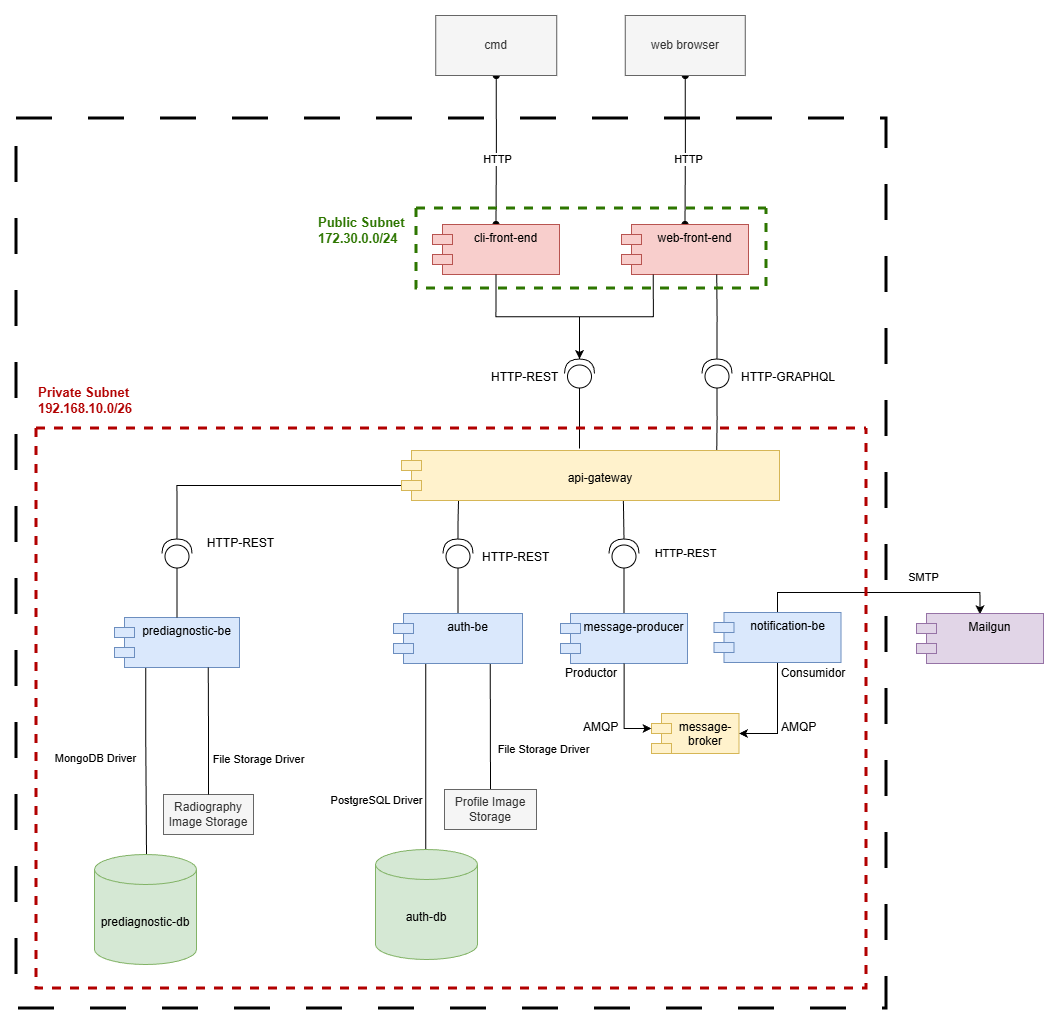
unobeswarch/PrototypesReadmes keeps this draw.io diagram as P3/images/cycview.png. Above is the earlier version. Source tidied: cells renumbered, new cells last; positions are measured from the earlier drawing's top-left corner, leaving out a move shared by most shapes.
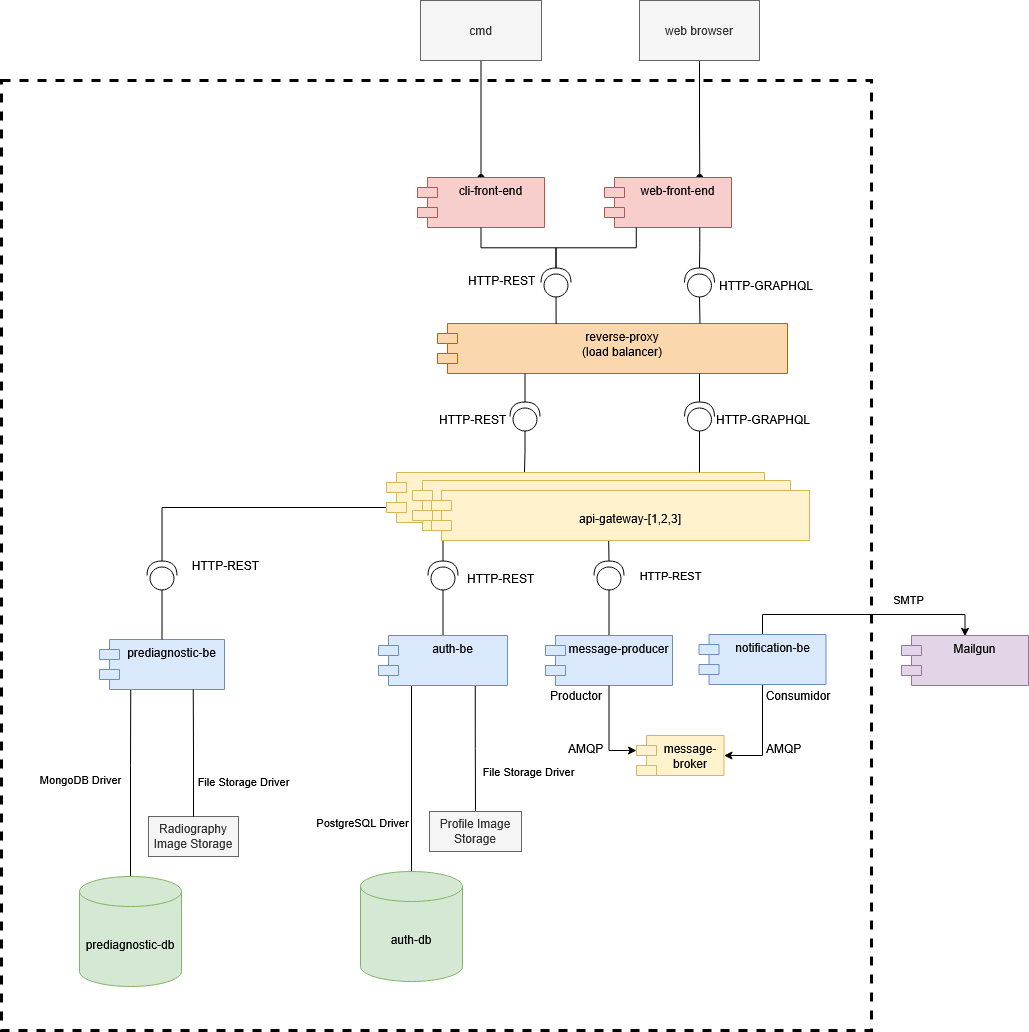
Above is the later version.

What changed in the source:
```diff
@@ -2,34 +2,15 @@
   <root>
     <mxCell id="0" />
     <mxCell id="1" parent="0" />
-    <mxCell id="2" style="rounded=0;whiteSpace=wrap;html=1;dashed=1;strokeWidth=3;dashPattern=12 12;" parent="1" vertex="1">
-      <mxGeometry y="103" width="870" height="890" as="geometry" />
+    <mxCell id="2" style="rounded=0;whiteSpace=wrap;html=1;dashed=1;strokeWidth=3;" parent="1" vertex="1">
+      <mxGeometry y="43" width="870" height="950" as="geometry" />
     </mxCell>
-    <mxCell id="3" style="edgeStyle=orthogonalEdgeStyle;rounded=0;jettySize=auto;html=1;exitX=0.5;exitY=1;exitDx=0;exitDy=0;entryX=0.5;entryY=0;entryDx=0;entryDy=0;endArrow=oval;endFill=1;startArrow=oval;startFill=1;" parent="1" edge="1" source="27" target="26">
-      <mxGeometry relative="1" as="geometry" />
-    </mxCell>
-    <mxCell id="4" value="HTTP" style="edgeLabel;html=1;align=center;verticalAlign=middle;" parent="3" vertex="1">
-      <mxGeometry x="-0.09" y="2" relative="1" as="geometry">
-        <mxPoint x="-2" y="16" as="offset" />
-      </mxGeometry>
-    </mxCell>
-    <mxCell id="5" style="edgeStyle=orthogonalEdgeStyle;rounded=0;jettySize=auto;html=1;exitX=0.5;exitY=1;exitDx=0;exitDy=0;entryX=0.5;entryY=0;entryDx=0;entryDy=0;endArrow=oval;endFill=1;startArrow=oval;startFill=1;" parent="1" edge="1" source="22" target="9">
-      <mxGeometry relative="1" as="geometry" />
-    </mxCell>
-    <mxCell id="6" value="HTTP" style="edgeLabel;html=1;align=center;verticalAlign=middle;" parent="5" vertex="1">
-      <mxGeometry x="-0.18" y="2" relative="1" as="geometry">
-        <mxPoint y="22" as="offset" />
-      </mxGeometry>
-    </mxCell>
     <mxCell id="7" style="edgeStyle=orthogonalEdgeStyle;rounded=0;jettySize=auto;html=1;exitX=0;exitY=0.5;exitDx=0;exitDy=0;exitPerimeter=0;entryX=0.5;entryY=0;entryDx=0;entryDy=0;endArrow=none;endFill=0;" parent="1" edge="1" source="8" target="49">
       <mxGeometry relative="1" as="geometry" />
     </mxCell>
     <mxCell id="8" style="shape=providedRequiredInterface;html=1;verticalLabelPosition=bottom;sketch=0;rotation=-90;fillStyle=solid;fillColor=none;strokeWidth=1;" parent="1" vertex="1">
       <mxGeometry x="593" y="523" width="29" height="30" as="geometry" />
     </mxCell>
-    <mxCell id="9" value="web-front-end" style="shape=module;align=left;spacingLeft=20;align=center;verticalAlign=top;whiteSpace=wrap;html=1;fillColor=#f8cecc;strokeColor=#b85450;" parent="1" vertex="1">
-      <mxGeometry x="605" y="209" width="127" height="50" as="geometry" />
-    </mxCell>
     <mxCell id="10" style="edgeStyle=orthogonalEdgeStyle;rounded=0;jettySize=auto;html=1;endArrow=none;endFill=0;entryX=1;entryY=0.5;entryDx=0;entryDy=0;entryPerimeter=0;exitX=0.587;exitY=0.999;exitDx=0;exitDy=0;exitPerimeter=0;" parent="1" edge="1" source="51" target="8">
       <mxGeometry relative="1" as="geometry">
         <Array as="points">
@@ -86,8 +67,11 @@
     <mxCell id="21" style="shape=providedRequiredInterface;html=1;verticalLabelPosition=bottom;sketch=0;rotation=-90;fillStyle=solid;fillColor=none;strokeWidth=1;" parent="1" vertex="1">
       <mxGeometry x="427" y="523" width="29" height="30" as="geometry" />
     </mxCell>
+    <mxCell id="5" style="edgeStyle=orthogonalEdgeStyle;rounded=0;jettySize=auto;html=1;exitX=0.5;exitY=1;exitDx=0;exitDy=0;entryX=0.75;entryY=0;entryDx=0;entryDy=0;endArrow=oval;endFill=1;" parent="1" edge="1" source="22" target="9">
+      <mxGeometry relative="1" as="geometry" />
+    </mxCell>
     <mxCell id="22" value="web browser" style="rounded=0;whiteSpace=wrap;html=1;fillColor=#f5f5f5;fontColor=#333333;strokeColor=#666666;" parent="1" vertex="1">
-      <mxGeometry x="608.8" width="120" height="60" as="geometry" />
+      <mxGeometry x="638" y="-37" width="120" height="60" as="geometry" />
     </mxCell>
     <mxCell id="23" value="Radiography Image Storage" style="rounded=0;whiteSpace=wrap;html=1;fillColor=#f5f5f5;fontColor=#333333;strokeColor=#666666;" parent="1" vertex="1">
       <mxGeometry x="147" y="779" width="90" height="40" as="geometry" />
@@ -98,11 +82,11 @@
     <mxCell id="25" value="auth-be" style="shape=module;align=left;spacingLeft=20;align=center;verticalAlign=top;whiteSpace=wrap;html=1;fillColor=#dae8fc;strokeColor=#6c8ebf;" parent="1" vertex="1">
       <mxGeometry x="377" y="598" width="129" height="50" as="geometry" />
     </mxCell>
-    <mxCell id="26" value="cli-front-end" style="shape=module;align=left;spacingLeft=20;align=center;verticalAlign=top;whiteSpace=wrap;html=1;fillColor=#f8cecc;strokeColor=#b85450;" parent="1" vertex="1">
-      <mxGeometry x="416" y="209" width="127" height="50" as="geometry" />
-    </mxCell>
+    <mxCell id="3" style="edgeStyle=orthogonalEdgeStyle;rounded=0;jettySize=auto;html=1;exitX=0.5;exitY=1;exitDx=0;exitDy=0;entryX=0.5;entryY=0;entryDx=0;entryDy=0;endArrow=oval;endFill=1;" parent="1" edge="1" source="27" target="26">
+      <mxGeometry relative="1" as="geometry" />
+    </mxCell>
     <mxCell id="27" value="cmd" style="rounded=0;whiteSpace=wrap;html=1;fillColor=#f5f5f5;fontColor=#333333;strokeColor=#666666;" parent="1" vertex="1">
-      <mxGeometry x="419.2" width="121" height="60" as="geometry" />
+      <mxGeometry x="419" y="-37" width="121" height="60" as="geometry" />
     </mxCell>
     <mxCell id="28" value="Profile Image Storage" style="rounded=0;whiteSpace=wrap;html=1;fillColor=#f5f5f5;fontColor=#333333;strokeColor=#666666;" parent="1" vertex="1">
       <mxGeometry x="428" y="774" width="92" height="40" as="geometry" />
@@ -119,25 +103,11 @@
     <mxCell id="32" value="message-broker" style="shape=module;align=left;spacingLeft=20;align=center;verticalAlign=top;whiteSpace=wrap;html=1;fillColor=#fff2cc;strokeColor=#d6b656;" parent="1" vertex="1">
       <mxGeometry x="635" y="698" width="87.5" height="40" as="geometry" />
     </mxCell>
-    <mxCell id="33" style="edgeStyle=orthogonalEdgeStyle;rounded=0;jettySize=auto;html=1;endArrow=none;endFill=0;entryX=0.5;entryY=1;entryDx=0;entryDy=0;exitX=1;exitY=0.5;exitDx=0;exitDy=0;exitPerimeter=0;" parent="1" edge="1" source="35" target="26">
-      <mxGeometry relative="1" as="geometry" />
-    </mxCell>
-    <mxCell id="34" style="edgeStyle=orthogonalEdgeStyle;rounded=0;jettySize=auto;html=1;exitX=0;exitY=0.5;exitDx=0;exitDy=0;exitPerimeter=0;endArrow=none;endFill=0;" parent="1" edge="1" source="35">
-      <mxGeometry relative="1" as="geometry">
-        <mxPoint x="563" y="433" as="targetPoint" />
-      </mxGeometry>
-    </mxCell>
-    <mxCell id="35" style="shape=providedRequiredInterface;html=1;verticalLabelPosition=bottom;sketch=0;rotation=-90;fillStyle=solid;fillColor=none;strokeWidth=1;" parent="1" vertex="1">
-      <mxGeometry x="548.5" y="343" width="29" height="30" as="geometry" />
-    </mxCell>
-    <mxCell id="36" style="edgeStyle=orthogonalEdgeStyle;rounded=0;jettySize=auto;html=1;exitX=1;exitY=0.5;exitDx=0;exitDy=0;exitPerimeter=0;entryX=0.75;entryY=1;entryDx=0;entryDy=0;endArrow=none;endFill=0;" parent="1" edge="1" source="37" target="9">
-      <mxGeometry relative="1" as="geometry" />
-    </mxCell>
-    <mxCell id="37" style="shape=providedRequiredInterface;html=1;verticalLabelPosition=bottom;sketch=0;rotation=-90;fillStyle=solid;fillColor=none;strokeWidth=1;" parent="1" vertex="1">
-      <mxGeometry x="686" y="343" width="29" height="30" as="geometry" />
-    </mxCell>
+    <mxCell id="63" style="edgeStyle=orthogonalEdgeStyle;rounded=0;jettySize=auto;html=1;exitX=0;exitY=0.5;exitDx=0;exitDy=0;exitPerimeter=0;endArrow=none;endFill=0;entryX=0.365;entryY=0.011;entryDx=0;entryDy=0;entryPerimeter=0;" parent="1" edge="1" source="35" target="51">
+      <mxGeometry relative="1" as="geometry" />
+    </mxCell>
     <mxCell id="38" value="HTTP-REST" style="text;whiteSpace=wrap;html=1;" parent="1" vertex="1">
-      <mxGeometry x="473" y="348" width="70" height="20" as="geometry" />
+      <mxGeometry x="436" y="369" width="70" height="20" as="geometry" />
     </mxCell>
     <mxCell id="39" style="edgeStyle=orthogonalEdgeStyle;rounded=0;jettySize=auto;html=1;exitX=0;exitY=0.5;exitDx=0;exitDy=0;exitPerimeter=0;entryX=0.5;entryY=0;entryDx=0;entryDy=0;endArrow=none;endFill=0;" parent="1" edge="1" source="40" target="18">
       <mxGeometry relative="1" as="geometry" />
@@ -157,11 +127,8 @@
     <mxCell id="44" value="Consumidor" style="text;html=1;whiteSpace=wrap;strokeColor=none;fillColor=none;align=center;verticalAlign=middle;rounded=0;" parent="1" vertex="1">
       <mxGeometry x="763" y="643" width="68" height="30" as="geometry" />
     </mxCell>
-    <mxCell id="45" style="edgeStyle=orthogonalEdgeStyle;rounded=0;jettySize=auto;html=1;exitX=0;exitY=0.5;exitDx=0;exitDy=0;exitPerimeter=0;entryX=0.834;entryY=0.031;entryDx=0;entryDy=0;entryPerimeter=0;endArrow=none;endFill=0;" parent="1" edge="1" source="37" target="51">
-      <mxGeometry relative="1" as="geometry" />
-    </mxCell>
     <mxCell id="46" value="HTTP-GRAPHQL" style="text;whiteSpace=wrap;html=1;" parent="1" vertex="1">
-      <mxGeometry x="722.5" y="348" width="95.5" height="20" as="geometry" />
+      <mxGeometry x="712.5" y="369" width="117.5" height="20" as="geometry" />
     </mxCell>
     <mxCell id="47" style="edgeStyle=orthogonalEdgeStyle;rounded=0;jettySize=auto;html=1;exitX=1;exitY=0.5;exitDx=0;exitDy=0;exitPerimeter=0;entryX=0.151;entryY=0.94;entryDx=0;entryDy=0;entryPerimeter=0;endArrow=none;endFill=0;" parent="1" edge="1" source="21" target="51">
       <mxGeometry relative="1" as="geometry" />
@@ -202,20 +169,64 @@
     <mxCell id="57" value="AMQP" style="text;whiteSpace=wrap;html=1;" parent="1" vertex="1">
       <mxGeometry x="565" y="698" width="70" height="20" as="geometry" />
     </mxCell>
-    <mxCell id="58" style="edgeStyle=orthogonalEdgeStyle;rounded=0;jettySize=auto;html=1;exitX=0.25;exitY=1;exitDx=0;exitDy=0;entryX=1;entryY=0.5;entryDx=0;entryDy=0;entryPerimeter=0;" parent="1" edge="1" source="9" target="35">
-      <mxGeometry relative="1" as="geometry" />
-    </mxCell>
-    <mxCell id="59" style="swimlane;startSize=0;fillColor=#e51400;strokeColor=#B20000;strokeWidth=3;dashed=1;fontColor=#ffffff;" parent="1" vertex="1">
-      <mxGeometry x="20" y="413" width="830" height="560" as="geometry" />
-    </mxCell>
-    <mxCell id="60" style="swimlane;startSize=0;fillColor=#60a917;strokeColor=#2D7600;strokeWidth=3;dashed=1;fontColor=#ffffff;" parent="1" vertex="1">
-      <mxGeometry x="400" y="193" width="350" height="80" as="geometry" />
-    </mxCell>
-    <mxCell id="61" value="&lt;span&gt;Public Subnet&lt;/span&gt;&lt;br&gt;&lt;span&gt;172.30.0.0/24&lt;/span&gt;&lt;div&gt;&lt;br&gt;&lt;/div&gt;" style="text;whiteSpace=wrap;html=1;fontColor=#2D7600;fontStyle=1;fontSize=13;" parent="1" vertex="1">
-      <mxGeometry x="300" y="193" width="95.5" height="44" as="geometry" />
-    </mxCell>
-    <mxCell id="62" value="&lt;span&gt;Private Subnet&lt;/span&gt;&lt;br&gt;192.168.10.0/26&lt;br&gt;&lt;div&gt;&lt;br&gt;&lt;/div&gt;" style="text;whiteSpace=wrap;html=1;fontColor=#B20000;fontStyle=1;fontSize=13;" parent="1" vertex="1">
-      <mxGeometry x="20" y="362.5" width="95.5" height="44" as="geometry" />
-    </mxCell>
+    <mxCell id="64" value="&lt;div&gt;&lt;br&gt;&lt;/div&gt;&lt;div&gt;api-gateway&lt;/div&gt;" style="shape=module;align=left;spacingLeft=20;align=center;verticalAlign=top;whiteSpace=wrap;html=1;fillColor=#fff2cc;strokeColor=#d6b656;" parent="1" vertex="1">
+      <mxGeometry x="411" y="443" width="378" height="50" as="geometry" />
+    </mxCell>
+    <mxCell id="65" value="&lt;div&gt;&lt;br&gt;&lt;/div&gt;&lt;div&gt;api-gateway-[1,2,3]&lt;/div&gt;" style="shape=module;align=left;spacingLeft=20;align=center;verticalAlign=top;whiteSpace=wrap;html=1;fillColor=#fff2cc;strokeColor=#d6b656;" parent="1" vertex="1">
+      <mxGeometry x="430" y="453" width="378" height="50" as="geometry" />
+    </mxCell>
+    <mxCell id="66" value="&lt;div&gt;reverse-proxy&lt;/div&gt;&lt;div&gt;(load balancer)&lt;/div&gt;" style="shape=module;align=left;spacingLeft=20;align=center;verticalAlign=top;whiteSpace=wrap;html=1;fillColor=#fad7ac;strokeColor=#b46504;" parent="1" vertex="1">
+      <mxGeometry x="436" y="286" width="350" height="50" as="geometry" />
+    </mxCell>
+    <mxCell id="67" style="edgeStyle=orthogonalEdgeStyle;rounded=0;jettySize=auto;html=1;exitX=0.25;exitY=1;exitDx=0;exitDy=0;entryX=1;entryY=0.5;entryDx=0;entryDy=0;entryPerimeter=0;endArrow=none;endFill=0;" parent="1" edge="1" source="66" target="35">
+      <mxGeometry relative="1" as="geometry" />
+    </mxCell>
+    <mxCell id="68" style="edgeStyle=orthogonalEdgeStyle;rounded=0;jettySize=auto;html=1;entryX=1;entryY=0.5;entryDx=0;entryDy=0;entryPerimeter=0;endArrow=none;endFill=0;" parent="1" edge="1" target="37">
+      <mxGeometry relative="1" as="geometry">
+        <mxPoint x="698" y="336" as="sourcePoint" />
+      </mxGeometry>
+    </mxCell>
+    <mxCell id="45" style="edgeStyle=orthogonalEdgeStyle;rounded=0;jettySize=auto;html=1;exitX=0;exitY=0.5;exitDx=0;exitDy=0;exitPerimeter=0;endArrow=none;endFill=0;entryX=0.828;entryY=-0.004;entryDx=0;entryDy=0;entryPerimeter=0;" parent="1" edge="1" source="37" target="51">
+      <mxGeometry relative="1" as="geometry" />
+    </mxCell>
+    <mxCell id="9" value="web-front-end" style="shape=module;align=left;spacingLeft=20;align=center;verticalAlign=top;whiteSpace=wrap;html=1;fillColor=#f8cecc;strokeColor=#b85450;" parent="1" vertex="1">
+      <mxGeometry x="603" y="140" width="127" height="50" as="geometry" />
+    </mxCell>
+    <mxCell id="26" value="cli-front-end" style="shape=module;align=left;spacingLeft=20;align=center;verticalAlign=top;whiteSpace=wrap;html=1;fillColor=#f8cecc;strokeColor=#b85450;" parent="1" vertex="1">
+      <mxGeometry x="416" y="140" width="127" height="50" as="geometry" />
+    </mxCell>
+    <mxCell id="37" style="shape=providedRequiredInterface;html=1;verticalLabelPosition=bottom;sketch=0;rotation=-90;fillStyle=solid;fillColor=none;strokeWidth=1;" parent="1" vertex="1">
+      <mxGeometry x="683.5" y="364" width="29" height="30" as="geometry" />
+    </mxCell>
+    <mxCell id="35" style="shape=providedRequiredInterface;html=1;verticalLabelPosition=bottom;sketch=0;rotation=-90;fillStyle=solid;fillColor=none;strokeWidth=1;" parent="1" vertex="1">
+      <mxGeometry x="509" y="364" width="29" height="30" as="geometry" />
+    </mxCell>
+    <mxCell id="69" style="shape=providedRequiredInterface;html=1;verticalLabelPosition=bottom;sketch=0;rotation=-90;fillStyle=solid;fillColor=none;strokeWidth=1;" parent="1" vertex="1">
+      <mxGeometry x="540" y="230" width="29" height="30" as="geometry" />
+    </mxCell>
+    <mxCell id="70" style="edgeStyle=orthogonalEdgeStyle;rounded=0;jettySize=auto;html=1;exitX=0;exitY=0.5;exitDx=0;exitDy=0;exitPerimeter=0;entryX=0.339;entryY=0.012;entryDx=0;entryDy=0;entryPerimeter=0;endArrow=none;endFill=0;" parent="1" edge="1" source="69" target="66">
+      <mxGeometry relative="1" as="geometry" />
+    </mxCell>
+    <mxCell id="71" style="edgeStyle=orthogonalEdgeStyle;rounded=0;jettySize=auto;html=1;exitX=0;exitY=0.5;exitDx=0;exitDy=0;exitPerimeter=0;entryX=0.75;entryY=0;entryDx=0;entryDy=0;endArrow=none;endFill=0;" parent="1" edge="1" source="72" target="66">
+      <mxGeometry relative="1" as="geometry" />
+    </mxCell>
+    <mxCell id="72" style="shape=providedRequiredInterface;html=1;verticalLabelPosition=bottom;sketch=0;rotation=-90;fillStyle=solid;fillColor=none;strokeWidth=1;" parent="1" vertex="1">
+      <mxGeometry x="683.5" y="230" width="29" height="30" as="geometry" />
+    </mxCell>
+    <mxCell id="73" style="edgeStyle=orthogonalEdgeStyle;rounded=0;jettySize=auto;html=1;exitX=0.75;exitY=1;exitDx=0;exitDy=0;entryX=1;entryY=0.5;entryDx=0;entryDy=0;entryPerimeter=0;endArrow=none;endFill=0;" parent="1" edge="1" source="9" target="72">
+      <mxGeometry relative="1" as="geometry" />
+    </mxCell>
+    <mxCell id="74" style="edgeStyle=orthogonalEdgeStyle;rounded=0;jettySize=auto;html=1;exitX=0.25;exitY=1;exitDx=0;exitDy=0;entryX=1;entryY=0.5;entryDx=0;entryDy=0;entryPerimeter=0;endArrow=none;endFill=0;" parent="1" edge="1" source="9" target="69">
+      <mxGeometry relative="1" as="geometry" />
+    </mxCell>
+    <mxCell id="75" style="edgeStyle=orthogonalEdgeStyle;rounded=0;jettySize=auto;html=1;exitX=0.5;exitY=1;exitDx=0;exitDy=0;entryX=1;entryY=0.5;entryDx=0;entryDy=0;entryPerimeter=0;endArrow=none;endFill=0;" parent="1" edge="1" source="26" target="69">
+      <mxGeometry relative="1" as="geometry" />
+    </mxCell>
+    <mxCell id="76" value="HTTP-GRAPHQL" style="text;whiteSpace=wrap;html=1;" parent="1" vertex="1">
+      <mxGeometry x="715.5" y="235" width="117.5" height="20" as="geometry" />
+    </mxCell>
+    <mxCell id="77" value="HTTP-REST" style="text;whiteSpace=wrap;html=1;" parent="1" vertex="1">
+      <mxGeometry x="465" y="230" width="70" height="20" as="geometry" />
+    </mxCell>
   </root>
 </mxGraphModel>
```
